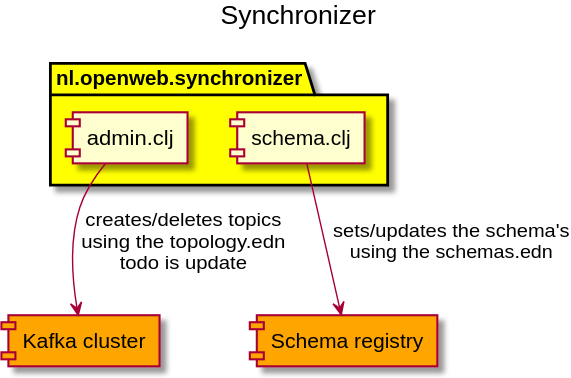
The PlantUML diagram docs/synchronizer.svg in openweb-nl/open-bank-mark, before a commit. Its source is kept beside it as resources/synchronizer.puml.
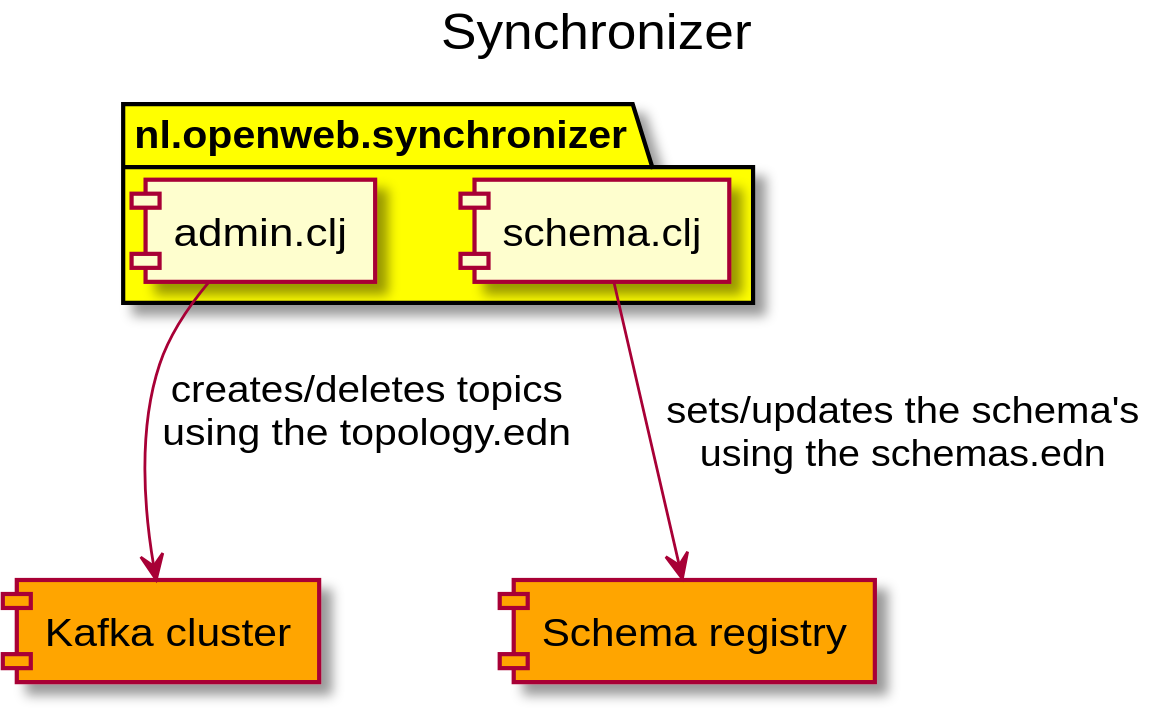
After the change.

The edit, as a diff of the source:
```diff
@@ -9,7 +9,7 @@
 [Kafka cluster] as kc #Orange
 [Schema registry] as sr #Orange
 
-admin --> kc: creates/deletes topics\nusing the topology.edn\ntodo is update
+admin --> kc: creates/deletes topics\nusing the topology.edn\n
 schema --> sr: sets/updates the schema's\nusing the schemas.edn
 
 @enduml
```
